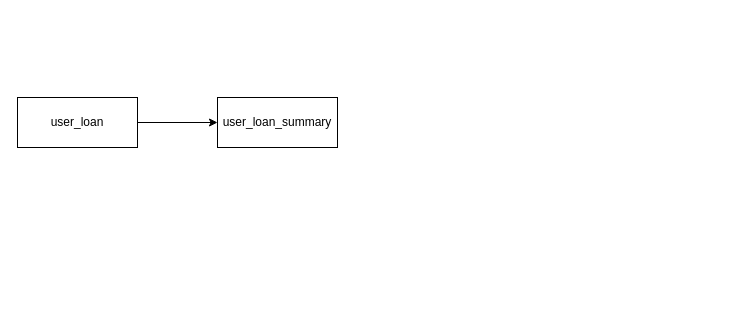
The draw.io diagram 借据表关系.drawio in DongRuihua/draw, before the edit. Source tidied: cells renumbered, new cells numbered last; positions are measured from the earlier drawing's top-left corner, leaving out a move shared by most shapes. Both pictures are drawn from the tidied source at 100%, with x=0, y=0 at pixel (17, 97).
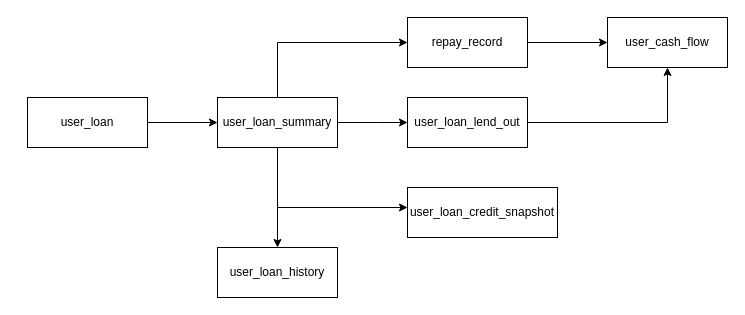
Above is the later version.

Commit message (it also covers changes not shown here):
更新借据表关系.drawio

Unchanged cells that the change refers to:
```xml
<mxCell id="4" value="user_loan_summary" style="rounded=0;whiteSpace=wrap;html=1;" parent="1" vertex="1">
  <mxGeometry x="200" width="120" height="50" as="geometry" />
</mxCell>
```

Diff of the diagram source:
```diff
@@
     <mxCell id="3" value="user_loan" style="rounded=0;whiteSpace=wrap;html=1;" parent="1" vertex="1">
-      <mxGeometry width="120" height="50" as="geometry" />
+      <mxGeometry x="10" width="120" height="50" as="geometry" />
     </mxCell>
+    <mxCell id="5" style="edgeStyle=orthogonalEdgeStyle;rounded=0;jettySize=auto;html=1;" parent="1" edge="1" source="4" target="9">
+      <mxGeometry relative="1" as="geometry" />
+    </mxCell>
+    <mxCell id="6" style="edgeStyle=orthogonalEdgeStyle;rounded=0;jettySize=auto;html=1;" parent="1" edge="1" source="4" target="10">
+      <mxGeometry relative="1" as="geometry">
+        <Array as="points">
+          <mxPoint x="260" y="110" />
+        </Array>
+      </mxGeometry>
+    </mxCell>
+    <mxCell id="7" style="edgeStyle=orthogonalEdgeStyle;rounded=0;jettySize=auto;html=1;" parent="1" edge="1" source="4" target="12">
+      <mxGeometry relative="1" as="geometry">
+        <Array as="points">
+          <mxPoint x="360" y="25" />
+          <mxPoint x="360" y="25" />
+        </Array>
+      </mxGeometry>
+    </mxCell>
+    <mxCell id="8" style="edgeStyle=orthogonalEdgeStyle;rounded=0;jettySize=auto;html=1;" parent="1" edge="1" source="4" target="14">
+      <mxGeometry relative="1" as="geometry">
+        <Array as="points">
+          <mxPoint x="260" y="-55" />
+        </Array>
+      </mxGeometry>
+    </mxCell>
@@
+    <mxCell id="9" value="user_loan_history" style="rounded=0;whiteSpace=wrap;html=1;" parent="1" vertex="1">
+      <mxGeometry x="200" y="150" width="120" height="50" as="geometry" />
+    </mxCell>
+    <mxCell id="10" value="user_loan_credit_snapshot" style="rounded=0;whiteSpace=wrap;html=1;" parent="1" vertex="1">
+      <mxGeometry x="390" y="90" width="150" height="50" as="geometry" />
+    </mxCell>
+    <mxCell id="11" style="edgeStyle=orthogonalEdgeStyle;rounded=0;jettySize=auto;html=1;exitX=1;exitY=0.5;exitDx=0;exitDy=0;entryX=0.5;entryY=1;entryDx=0;entryDy=0;" parent="1" edge="1" source="12" target="15">
+      <mxGeometry relative="1" as="geometry" />
+    </mxCell>
+    <mxCell id="12" value="user_loan_lend_out" style="rounded=0;whiteSpace=wrap;html=1;" parent="1" vertex="1">
+      <mxGeometry x="390" width="120" height="50" as="geometry" />
+    </mxCell>
+    <mxCell id="13" style="edgeStyle=orthogonalEdgeStyle;rounded=0;jettySize=auto;html=1;" parent="1" edge="1" source="14" target="15">
+      <mxGeometry relative="1" as="geometry" />
+    </mxCell>
+    <mxCell id="14" value="repay_record" style="rounded=0;whiteSpace=wrap;html=1;" parent="1" vertex="1">
+      <mxGeometry x="390" y="-80" width="120" height="50" as="geometry" />
+    </mxCell>
+    <mxCell id="15" value="user_cash_flow" style="rounded=0;whiteSpace=wrap;html=1;" parent="1" vertex="1">
+      <mxGeometry x="590" y="-80" width="120" height="50" as="geometry" />
+    </mxCell>
```
